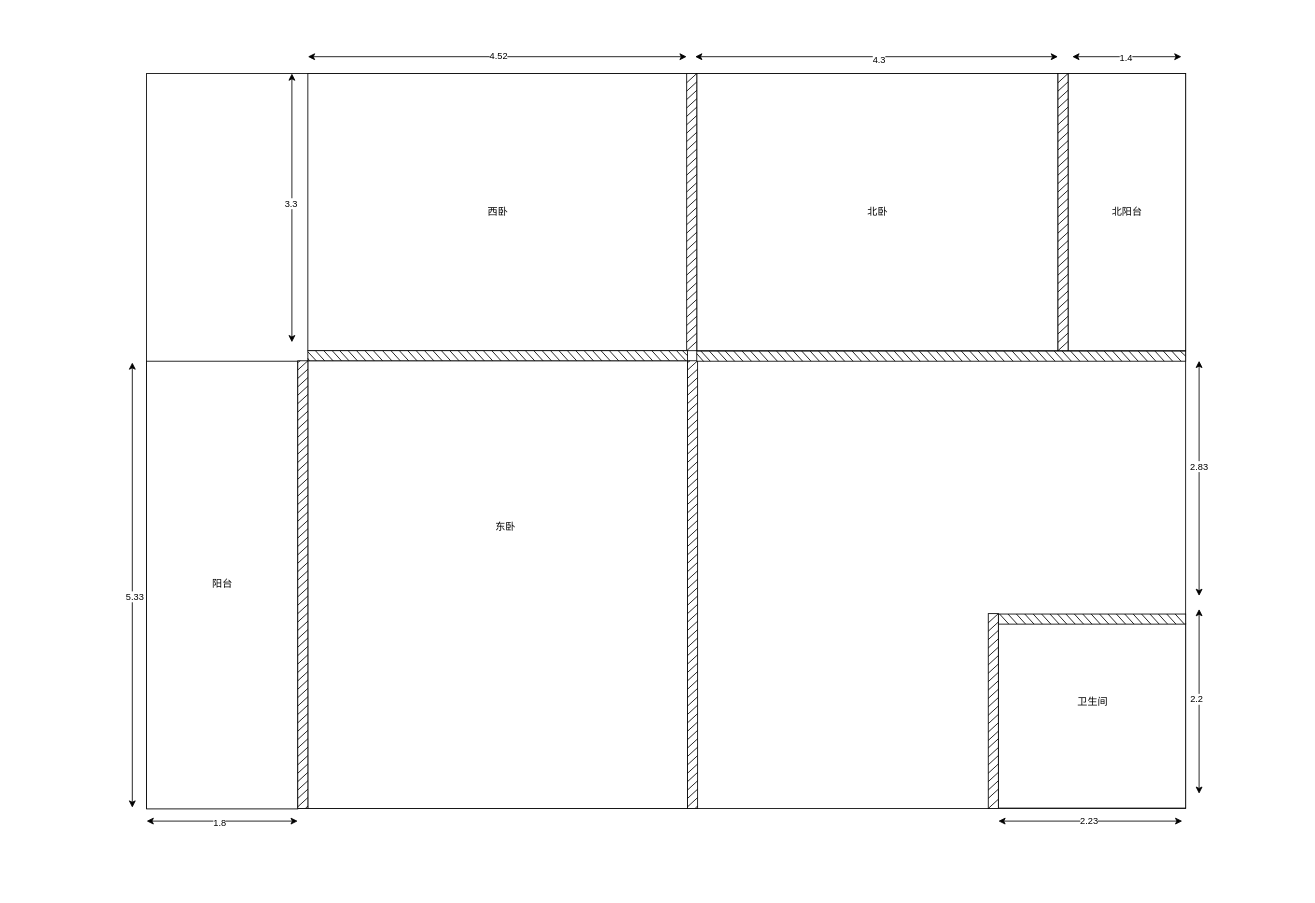
huangshijie/Drawio keeps this draw.io diagram as gushan.drawio. Above is the earlier version. Source tidied: cells renumbered, new cells numbered last; positions are measured from the earlier drawing's top-left corner, leaving out a move shared by most shapes. Both pictures are drawn from the tidied source at 84%, with x=0, y=0 at pixel (78, 56).
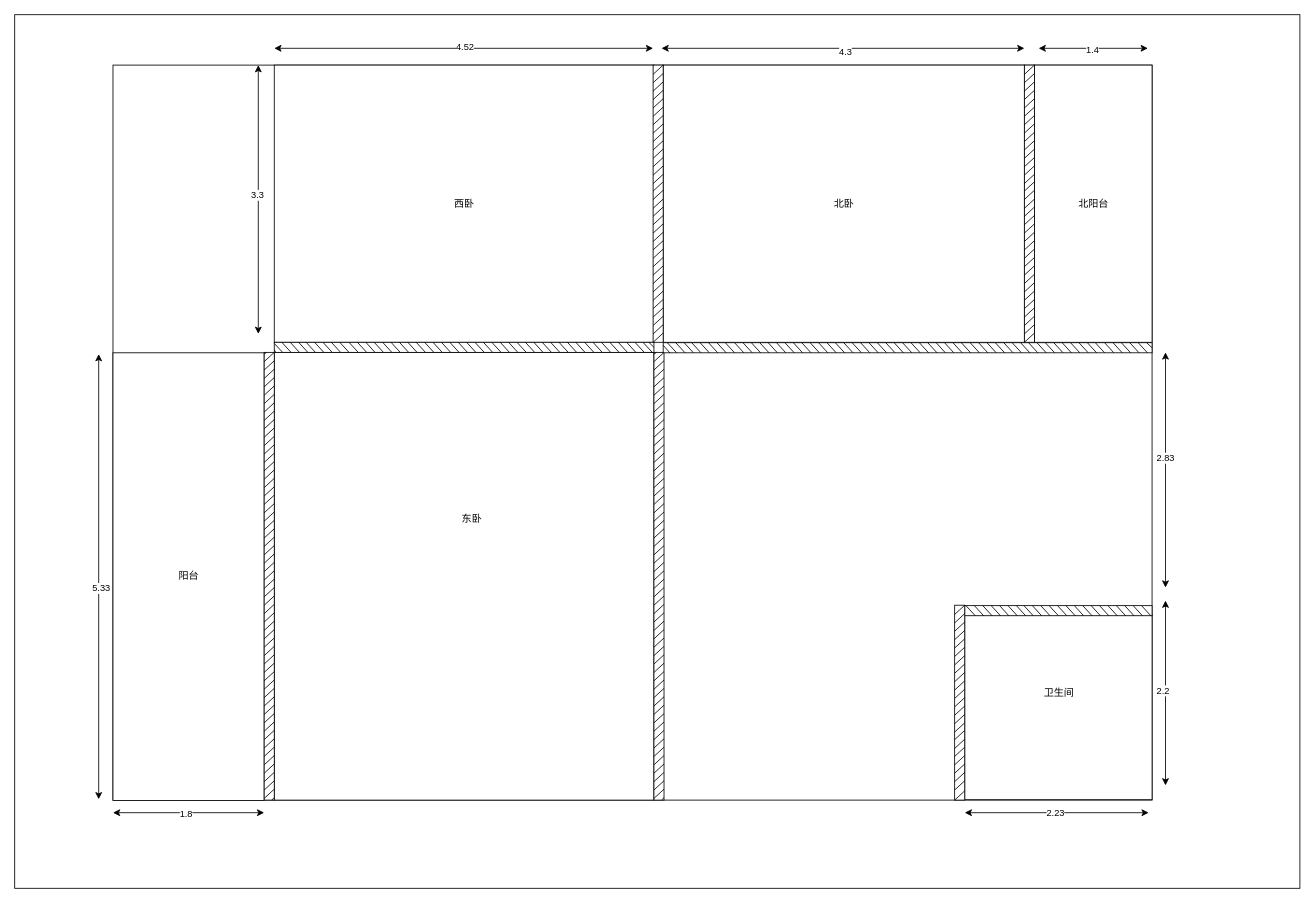
After the change.

What changed in the source:
```diff
@@
+    <mxCell id="377" style="group;" parent="1" vertex="1">
+      <mxGeometry x="-76" y="-50" width="1530" height="1040" as="geometry" />
+    </mxCell>
+    <mxCell id="378" style="rounded=0;whiteSpace=wrap;html=1;" parent="377" vertex="1">
+      <mxGeometry width="1530" height="1040" as="geometry" />
+    </mxCell>
-    <mxCell id="2" style="group;" parent="1" vertex="1">
-      <mxGeometry x="64" width="1270" height="910" as="geometry" />
+    <mxCell id="2" style="group;" parent="377" vertex="1">
+      <mxGeometry x="100" y="40" width="1270" height="910" as="geometry" />
     </mxCell>
```
